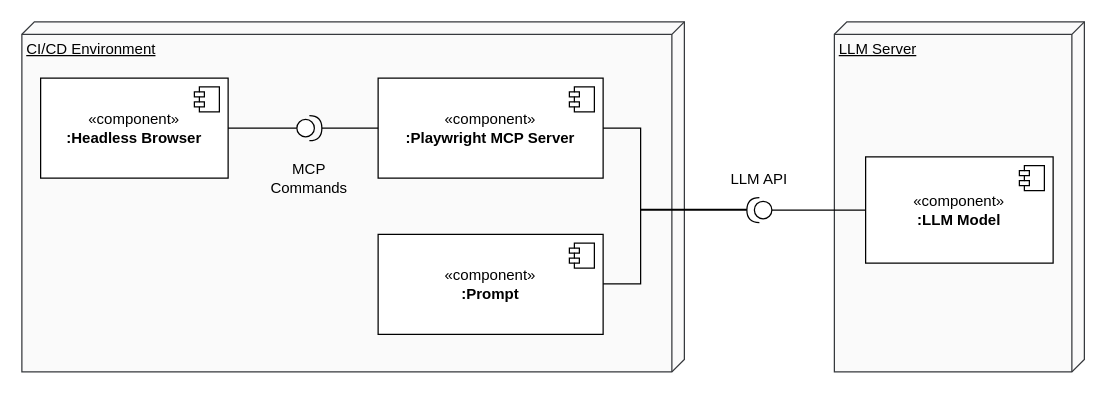
This is figures/mcp_remote.drawio from tobikli/ba-thesis, a draw.io file, before an edit. Source tidied: cells renumbered, new cells numbered last; positions are measured from the earlier drawing's top-left corner, leaving out a move shared by most shapes. Both pictures are drawn from the tidied source at 125%, with x=0, y=0 at pixel (21, 21).
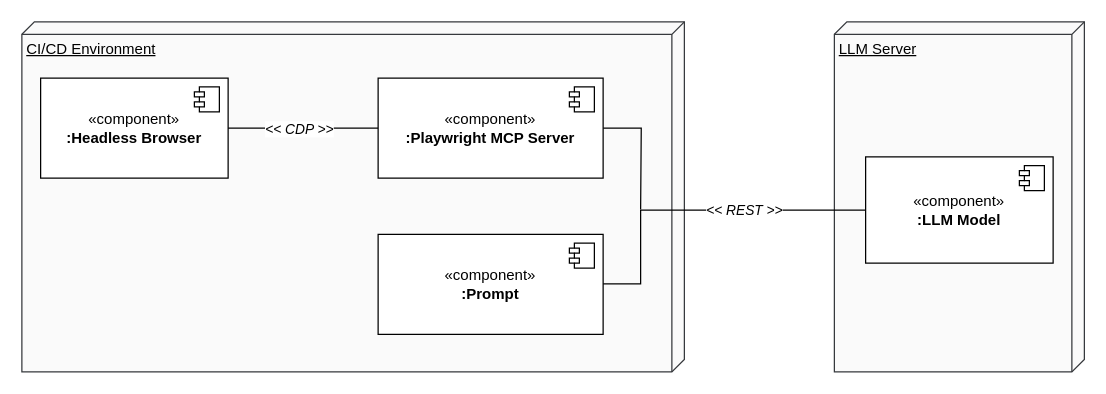
The same page after the edit.

The change refers to these unchanged cells:
```xml
<mxCell id="3" value="«component&lt;span style=&quot;background-color: transparent; color: light-dark(rgb(0, 0, 0), rgb(255, 255, 255));&quot;&gt;»&lt;/span&gt;&lt;div&gt;&lt;b&gt;:Playwright MCP Server&lt;/b&gt;&lt;/div&gt;" style="html=1;whiteSpace=wrap;" parent="1" vertex="1">
  <mxGeometry x="285" y="45" width="180" height="80" as="geometry" />
</mxCell>
<mxCell id="6" value="«component&lt;span style=&quot;background-color: transparent; color: light-dark(rgb(0, 0, 0), rgb(255, 255, 255));&quot;&gt;»&lt;/span&gt;&lt;div&gt;&lt;b&gt;:LLM Model&lt;/b&gt;&lt;/div&gt;" style="html=1;whiteSpace=wrap;" parent="1" vertex="1">
  <mxGeometry x="675" y="108" width="150" height="85" as="geometry" />
</mxCell>
<mxCell id="8" value="«component&lt;span style=&quot;background-color: transparent; color: light-dark(rgb(0, 0, 0), rgb(255, 255, 255));&quot;&gt;»&lt;/span&gt;&lt;div&gt;&lt;b&gt;:Headless Browser&lt;/b&gt;&lt;/div&gt;" style="html=1;whiteSpace=wrap;" parent="1" vertex="1">
  <mxGeometry x="15" y="45" width="150" height="80" as="geometry" />
</mxCell>
```

What changed in the source:
```diff
@@
+    <mxCell id="21" style="edgeStyle=orthogonalEdgeStyle;rounded=0;jettySize=auto;html=1;endArrow=none;endFill=0;" parent="1" edge="1" source="3">
+      <mxGeometry relative="1" as="geometry">
+        <mxPoint x="495" y="150" as="targetPoint" />
+      </mxGeometry>
+    </mxCell>
@@
-    <mxCell id="10" style="edgeStyle=orthogonalEdgeStyle;rounded=0;jettySize=auto;html=1;entryX=0;entryY=0.5;entryDx=0;entryDy=0;endArrow=none;endFill=0;" parent="1" edge="1" source="11" target="6">
-      <mxGeometry relative="1" as="geometry" />
-    </mxCell>
-    <mxCell id="11" style="shape=providedRequiredInterface;html=1;verticalLabelPosition=bottom;sketch=0;flipH=1;" parent="1" vertex="1">
-      <mxGeometry x="580" y="140.5" width="20" height="20" as="geometry" />
-    </mxCell>
-    <mxCell id="12" style="edgeStyle=orthogonalEdgeStyle;rounded=0;jettySize=auto;html=1;entryX=1;entryY=0.5;entryDx=0;entryDy=0;entryPerimeter=0;endArrow=none;endFill=0;exitX=1;exitY=0.5;exitDx=0;exitDy=0;" parent="1" edge="1" source="3" target="11">
-      <mxGeometry relative="1" as="geometry">
-        <Array as="points">
-          <mxPoint x="495" y="85" />
-          <mxPoint x="495" y="150" />
-          <mxPoint x="580" y="150" />
-        </Array>
-      </mxGeometry>
-    </mxCell>
-    <mxCell id="13" style="edgeStyle=orthogonalEdgeStyle;rounded=0;jettySize=auto;html=1;entryX=1;entryY=0.5;entryDx=0;entryDy=0;endArrow=none;endFill=0;" parent="1" edge="1" source="14" target="8">
-      <mxGeometry relative="1" as="geometry" />
-    </mxCell>
-    <mxCell id="14" style="shape=providedRequiredInterface;html=1;verticalLabelPosition=bottom;sketch=0;flipH=0;flipV=1;" parent="1" vertex="1">
-      <mxGeometry x="220" y="75" width="20" height="20" as="geometry" />
-    </mxCell>
-    <mxCell id="15" value="LLM API" style="text;html=1;align=center;verticalAlign=middle;whiteSpace=wrap;rounded=0;" parent="1" vertex="1">
-      <mxGeometry x="545" y="110.5" width="90" height="30" as="geometry" />
-    </mxCell>
-    <mxCell id="16" value="MCP Commands" style="text;html=1;align=center;verticalAlign=middle;whiteSpace=wrap;rounded=0;" parent="1" vertex="1">
-      <mxGeometry x="185" y="110" width="90" height="30" as="geometry" />
-    </mxCell>
-    <mxCell id="17" style="edgeStyle=orthogonalEdgeStyle;rounded=0;jettySize=auto;html=1;entryX=1;entryY=0.5;entryDx=0;entryDy=0;entryPerimeter=0;endArrow=none;endFill=0;" parent="1" edge="1" source="3" target="14">
+    <mxCell id="17" style="edgeStyle=orthogonalEdgeStyle;rounded=0;jettySize=auto;html=1;entryX=1;entryY=0.5;entryDx=0;entryDy=0;endArrow=none;endFill=0;" parent="1" edge="1" source="3" target="8">
       <mxGeometry relative="1" as="geometry" />
     </mxCell>
+    <mxCell id="22" value="&lt;i&gt;&amp;lt;&amp;lt; CDP &amp;gt;&amp;gt;&lt;/i&gt;" style="edgeLabel;html=1;align=center;verticalAlign=middle;" parent="17" vertex="1">
+      <mxGeometry x="0.06" relative="1" as="geometry" />
+    </mxCell>
@@
-    <mxCell id="20" style="edgeStyle=orthogonalEdgeStyle;rounded=0;orthogonalLoop=1;jettySize=auto;html=1;entryX=1;entryY=0.5;entryDx=0;entryDy=0;entryPerimeter=0;endArrow=none;endFill=0;" parent="1" edge="1">
+    <mxCell id="20" style="edgeStyle=orthogonalEdgeStyle;rounded=0;jettySize=auto;html=1;entryX=0;entryY=0.5;entryDx=0;entryDy=0;endArrow=none;endFill=0;" parent="1" edge="1" target="6">
       <mxGeometry relative="1" as="geometry">
         <mxPoint x="465" y="209.5" as="sourcePoint" />
-        <mxPoint x="580" y="150" as="targetPoint" />
         <Array as="points">
-          <mxPoint x="495" y="209.5" />
-          <mxPoint x="495" y="150.5" />
-          <mxPoint x="580" y="150.5" />
+          <mxPoint x="495" y="210" />
+          <mxPoint x="495" y="151" />
         </Array>
       </mxGeometry>
     </mxCell>
+    <mxCell id="23" value="&lt;i&gt;&amp;lt;&amp;lt; REST &amp;gt;&amp;gt;&lt;/i&gt;" style="edgeLabel;html=1;align=center;verticalAlign=middle;" parent="20" vertex="1">
+      <mxGeometry x="0.27" relative="1" as="geometry" />
+    </mxCell>
```
